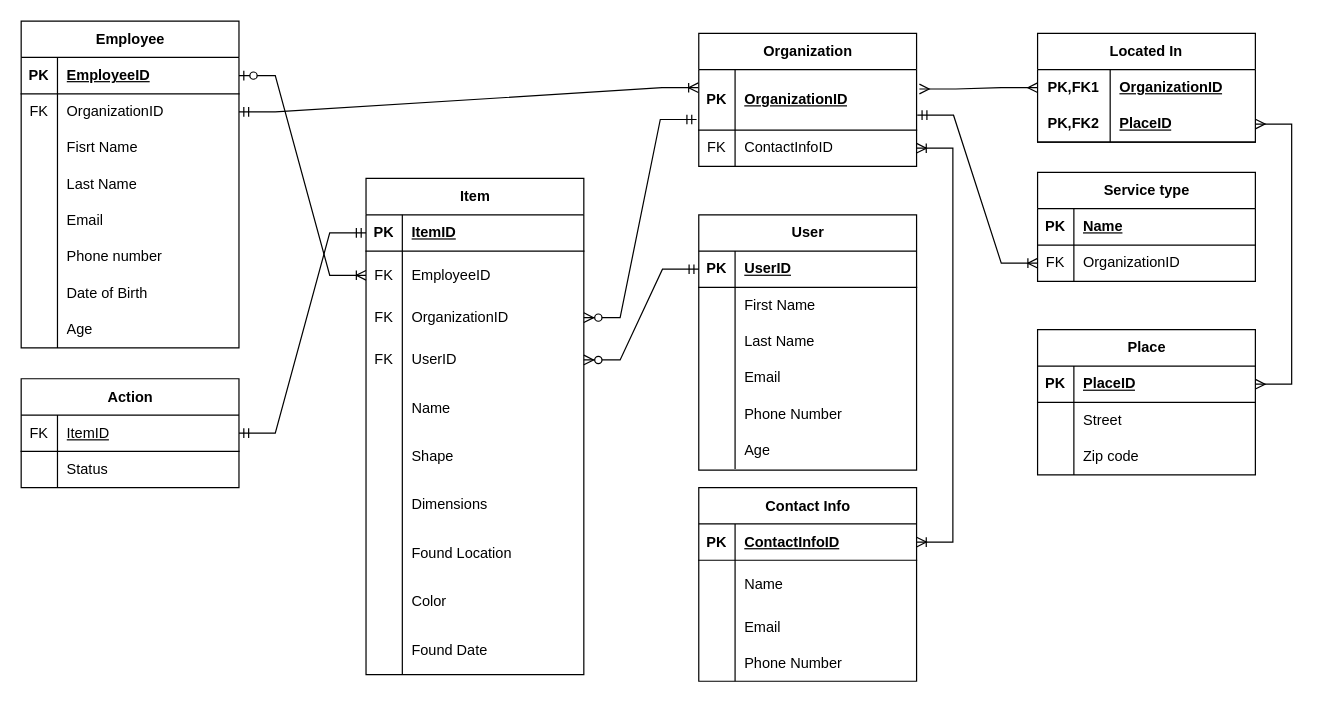
This is logical model.drawio from igor2080/db1_large_project, a draw.io file, before an edit. Source tidied: cells renumbered, new cells numbered last; positions are measured from the earlier drawing's top-left corner, leaving out a move shared by most shapes. Both pictures are drawn from the tidied source at 121%, with x=0, y=0 at pixel (21, 21).
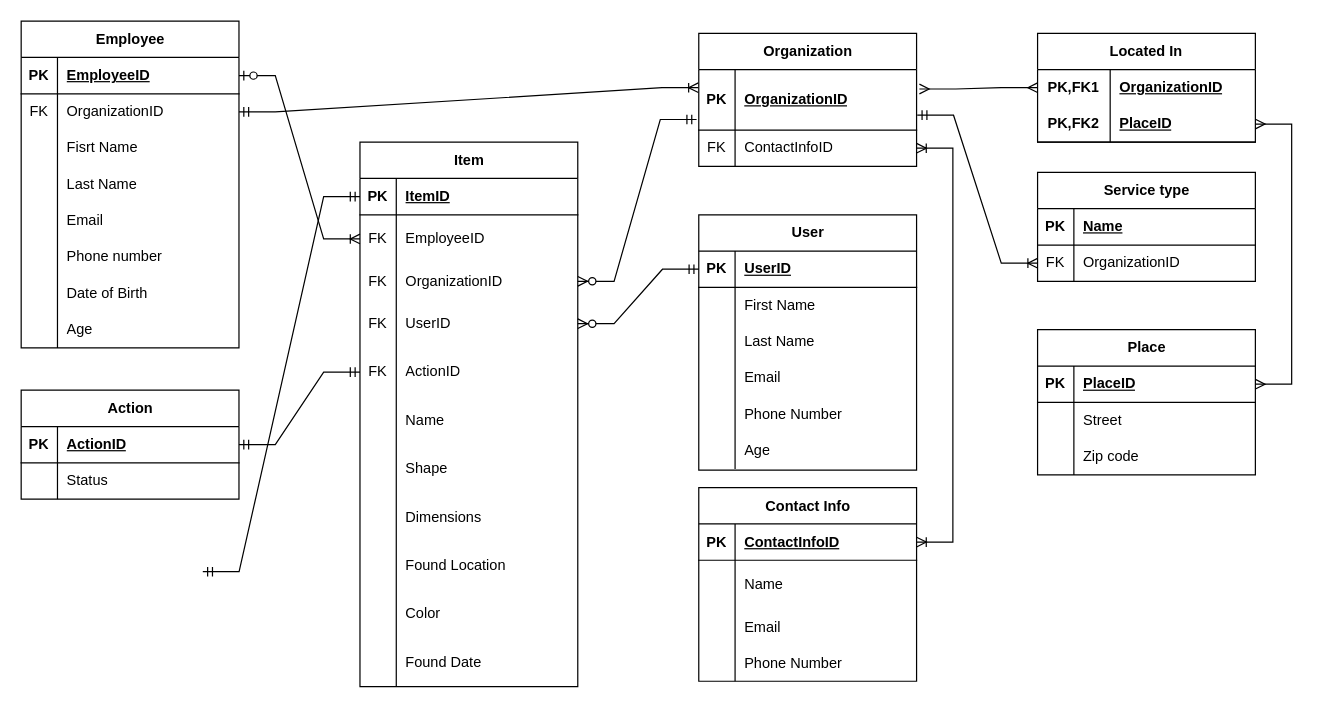
The same page after the edit.

The change refers to these unchanged cells:
```xml
<mxCell id="53" style="shape=tableRow;horizontal=0;startSize=0;swimlaneHead=0;swimlaneBody=0;fillColor=none;points=[[0,0.5],[1,0.5]];portConstraint=eastwest;top=0;left=0;right=0;bottom=1;" parent="52" vertex="1">
  <mxGeometry y="30" width="180" height="30" as="geometry" />
</mxCell>
```

What changed in the source:
```diff
@@
     <mxCell id="52" value="Item" style="shape=table;startSize=30;childLayout=tableLayout;rowLines=0;fontStyle=1;align=center;html=1;" parent="1" vertex="1">
-      <mxGeometry x="285" y="130" width="180" height="410" as="geometry" />
+      <mxGeometry x="280" y="100" width="180" height="450" as="geometry" />
     </mxCell>
@@
+    <mxCell id="138" style="shape=tableRow;horizontal=0;startSize=0;swimlaneHead=0;swimlaneBody=0;fillColor=none;points=[[0,0.5],[1,0.5]];portConstraint=eastwest;top=0;left=0;right=0;bottom=0;" parent="52" vertex="1">
+      <mxGeometry y="170" width="180" height="40" as="geometry" />
+    </mxCell>
+    <mxCell id="115" value="FK" style="shape=partialRectangle;fillColor=none;top=0;left=0;bottom=0;right=0;overflow=hidden;whiteSpace=wrap;html=1;" parent="138" vertex="1">
+      <mxGeometry width="30" height="40" as="geometry" />
+    </mxCell>
+    <mxCell id="139" value="ActionID" style="shape=partialRectangle;fillColor=none;top=0;left=0;bottom=0;right=0;align=left;spacingLeft=6;overflow=hidden;whiteSpace=wrap;html=1;" parent="138" vertex="1">
+      <mxGeometry x="30" width="150" height="40" as="geometry" />
+    </mxCell>
     <mxCell id="65" style="shape=tableRow;horizontal=0;startSize=0;swimlaneHead=0;swimlaneBody=0;fillColor=none;top=0;left=0;right=0;bottom=0;" parent="52" vertex="1">
-      <mxGeometry y="170" width="180" height="40" as="geometry" />
+      <mxGeometry y="210" width="180" height="40" as="geometry" />
     </mxCell>
@@
     <mxCell id="68" style="shape=tableRow;horizontal=0;startSize=0;swimlaneHead=0;swimlaneBody=0;fillColor=none;top=0;left=0;right=0;bottom=0;" parent="52" vertex="1">
-      <mxGeometry y="210" width="180" height="40" as="geometry" />
+      <mxGeometry y="250" width="180" height="40" as="geometry" />
     </mxCell>
@@
     <mxCell id="71" style="shape=tableRow;horizontal=0;startSize=0;swimlaneHead=0;swimlaneBody=0;fillColor=none;top=0;left=0;right=0;bottom=0;" parent="52" vertex="1">
-      <mxGeometry y="250" width="180" height="40" as="geometry" />
+      <mxGeometry y="290" width="180" height="40" as="geometry" />
     </mxCell>
@@
     <mxCell id="74" style="shape=tableRow;horizontal=0;startSize=0;swimlaneHead=0;swimlaneBody=0;fillColor=none;top=0;left=0;right=0;bottom=0;" parent="52" vertex="1">
-      <mxGeometry y="290" width="180" height="40" as="geometry" />
+      <mxGeometry y="330" width="180" height="40" as="geometry" />
     </mxCell>
@@
     <mxCell id="77" style="shape=tableRow;horizontal=0;startSize=0;swimlaneHead=0;swimlaneBody=0;fillColor=none;top=0;left=0;right=0;bottom=0;" parent="52" vertex="1">
-      <mxGeometry y="330" width="180" height="40" as="geometry" />
+      <mxGeometry y="370" width="180" height="40" as="geometry" />
     </mxCell>
@@
     <mxCell id="80" style="shape=tableRow;horizontal=0;startSize=0;swimlaneHead=0;swimlaneBody=0;fillColor=none;top=0;left=0;right=0;bottom=0;" parent="52" vertex="1">
-      <mxGeometry y="370" width="180" height="40" as="geometry" />
+      <mxGeometry y="410" width="180" height="40" as="geometry" />
     </mxCell>
@@
-    <mxCell id="113" value="Action" style="shape=table;startSize=30;childLayout=tableLayout;rowLines=0;fontStyle=1;align=center;html=1;" parent="1" vertex="1">
-      <mxGeometry y="295.5" width="180" height="90" as="geometry" />
-    </mxCell>
-    <mxCell id="114" style="shape=tableRow;horizontal=0;startSize=0;swimlaneHead=0;swimlaneBody=0;fillColor=none;points=[[0,0.5],[1,0.5]];portConstraint=eastwest;top=0;left=0;right=0;bottom=1;" parent="113" vertex="1">
-      <mxGeometry y="30" width="180" height="30" as="geometry" />
-    </mxCell>
-    <mxCell id="115" value="&lt;span style=&quot;font-weight: normal;&quot;&gt;FK&lt;/span&gt;" style="shape=partialRectangle;fillColor=none;top=0;left=0;bottom=0;right=0;fontStyle=1;overflow=hidden;whiteSpace=wrap;html=1;" parent="114" vertex="1">
-      <mxGeometry width="30" height="30" as="geometry" />
-    </mxCell>
-    <mxCell id="116" value="&lt;span style=&quot;font-weight: normal;&quot;&gt;ItemID&lt;/span&gt;" style="shape=partialRectangle;fillColor=none;top=0;left=0;bottom=0;right=0;align=left;spacingLeft=6;fontStyle=5;overflow=hidden;whiteSpace=wrap;html=1;" parent="114" vertex="1">
-      <mxGeometry x="30" width="150" height="30" as="geometry" />
-    </mxCell>
-    <mxCell id="117" style="shape=tableRow;horizontal=0;startSize=0;swimlaneHead=0;swimlaneBody=0;fillColor=none;top=0;left=0;right=0;bottom=0;" parent="113" vertex="1">
-      <mxGeometry y="60" width="180" height="30" as="geometry" />
-    </mxCell>
-    <mxCell id="118" style="shape=partialRectangle;fillColor=none;top=0;left=0;bottom=0;right=0;overflow=hidden;whiteSpace=wrap;html=1;" parent="117" vertex="1">
-      <mxGeometry width="30" height="30" as="geometry" />
-    </mxCell>
-    <mxCell id="119" value="Status" style="shape=partialRectangle;fillColor=none;top=0;left=0;bottom=0;right=0;align=left;spacingLeft=6;overflow=hidden;whiteSpace=wrap;html=1;" parent="117" vertex="1">
-      <mxGeometry x="30" width="150" height="30" as="geometry" />
-    </mxCell>
@@
-    <mxCell id="137" style="edgeStyle=entityRelationEdgeStyle;fontSize=12;html=1;endArrow=ERmandOne;startArrow=ERmandOne;rounded=0;" parent="1" edge="1" source="114" target="53">
-      <mxGeometry relative="1" as="geometry" />
+    <mxCell id="137" style="edgeStyle=entityRelationEdgeStyle;fontSize=12;html=1;endArrow=ERmandOne;startArrow=ERmandOne;rounded=0;" parent="1" edge="1" target="53">
+      <mxGeometry relative="1" as="geometry">
+        <mxPoint x="150.1" y="455" as="sourcePoint" />
+      </mxGeometry>
     </mxCell>
+    <mxCell id="113" value="Action" style="shape=table;startSize=30;childLayout=tableLayout;rowLines=0;fontStyle=1;align=center;html=1;" parent="1" vertex="1">
+      <mxGeometry y="305" width="180" height="90" as="geometry" />
+    </mxCell>
+    <mxCell id="114" style="shape=tableRow;horizontal=0;startSize=0;swimlaneHead=0;swimlaneBody=0;fillColor=none;points=[[0,0.5],[1,0.5]];portConstraint=eastwest;top=0;left=0;right=0;bottom=1;" parent="113" vertex="1">
+      <mxGeometry y="30" width="180" height="30" as="geometry" />
+    </mxCell>
+    <mxCell id="140" value="PK" style="shape=partialRectangle;fillColor=none;top=0;left=0;bottom=0;right=0;fontStyle=1;overflow=hidden;whiteSpace=wrap;html=1;" parent="114" vertex="1">
+      <mxGeometry width="30" height="30" as="geometry" />
+    </mxCell>
+    <mxCell id="141" value="ActionID" style="shape=partialRectangle;fillColor=none;top=0;left=0;bottom=0;right=0;align=left;spacingLeft=6;fontStyle=5;overflow=hidden;whiteSpace=wrap;html=1;" parent="114" vertex="1">
+      <mxGeometry x="30" width="150" height="30" as="geometry" />
+    </mxCell>
+    <mxCell id="117" style="shape=tableRow;horizontal=0;startSize=0;swimlaneHead=0;swimlaneBody=0;fillColor=none;top=0;left=0;right=0;bottom=0;" parent="113" vertex="1">
+      <mxGeometry y="60" width="180" height="30" as="geometry" />
+    </mxCell>
+    <mxCell id="118" style="shape=partialRectangle;fillColor=none;top=0;left=0;bottom=0;right=0;overflow=hidden;whiteSpace=wrap;html=1;" parent="117" vertex="1">
+      <mxGeometry width="30" height="30" as="geometry" />
+    </mxCell>
+    <mxCell id="119" value="Status" style="shape=partialRectangle;fillColor=none;top=0;left=0;bottom=0;right=0;align=left;spacingLeft=6;overflow=hidden;whiteSpace=wrap;html=1;" parent="117" vertex="1">
+      <mxGeometry x="30" width="150" height="30" as="geometry" />
+    </mxCell>
+    <mxCell id="142" style="edgeStyle=entityRelationEdgeStyle;fontSize=12;html=1;endArrow=ERmandOne;startArrow=ERmandOne;rounded=0;endFill=0;" parent="1" edge="1" source="138" target="113">
+      <mxGeometry relative="1" as="geometry" />
+    </mxCell>
```
